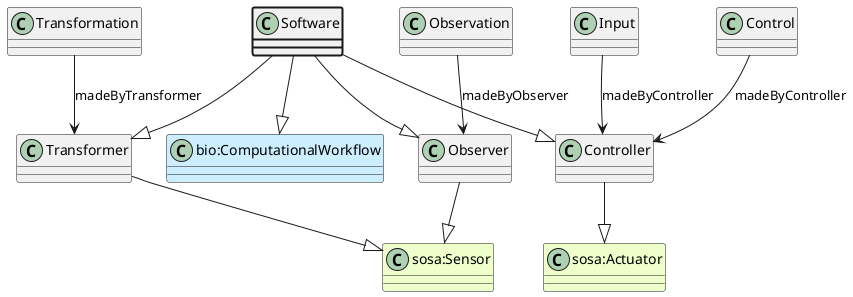
Earlier version of the PlantUML export ttl_uml/ttl_appn_Software.png (aus-plant-phenomics-network/appn-schema).
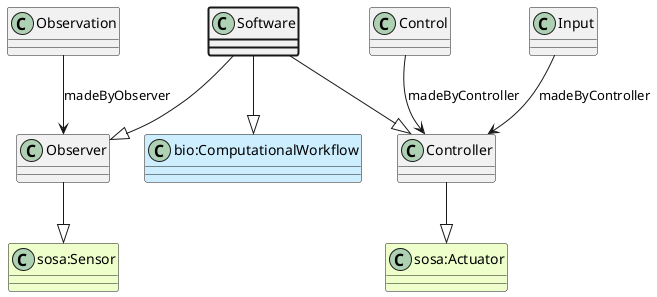
The same diagram one commit later.

What changed in the source:
```diff
@@ -10,16 +10,10 @@
 class "sosa:Actuator" #EEFFCC
 Controller --|> "sosa:Actuator"
 Software --|> Controller
-class Transformer
-class "sosa:Sensor" #EEFFCC
-Transformer --|> "sosa:Sensor"
-Software --|> Transformer
 class Observation
 Observation --> Observer : madeByObserver
 class Control
 Control --> Controller : madeByController
 class Input
 Input --> Controller : madeByController
-class Transformation
-Transformation --> Transformer : madeByTransformer
 @enduml
```
